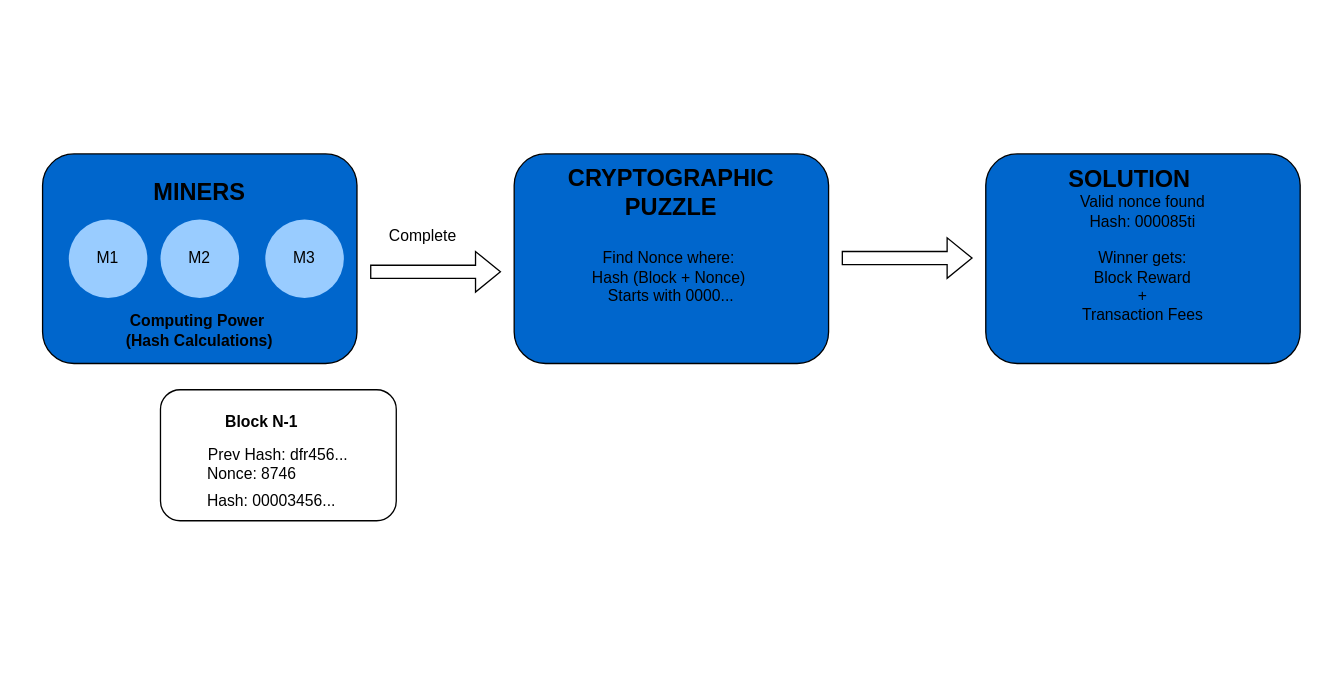
Earlier version of the draw.io diagram ProofOfWork.drawio (SifisoMzansi/architecture-diagrams). Source tidied: cells renumbered, new cells numbered last; positions are measured from the earlier drawing's top-left corner, leaving out a move shared by most shapes. Both pictures are drawn from the tidied source at 131%, with x=0, y=0 at pixel (42, 153).
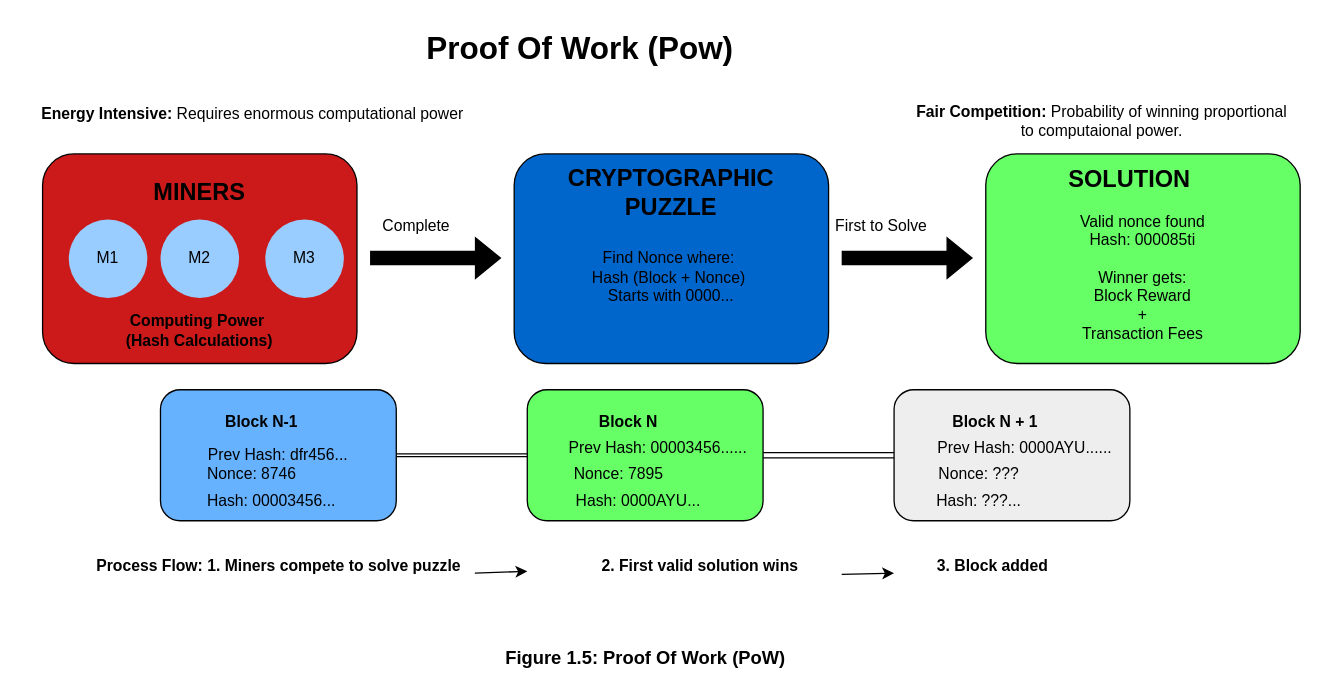
After the change.

The edit, as a diff of the source:
```diff
@@
-    <mxCell id="2" style="rounded=1;whiteSpace=wrap;html=1;fillColor=#0066CC;" parent="1" vertex="1">
+    <mxCell id="2" style="rounded=1;whiteSpace=wrap;html=1;fillColor=#CC1919;" parent="1" vertex="1">
       <mxGeometry width="240" height="160" as="geometry" />
     </mxCell>
@@
-    <mxCell id="8" style="shape=flexArrow;endArrow=classic;html=1;rounded=0;" parent="1" edge="1">
+    <mxCell id="8" style="shape=flexArrow;endArrow=classic;html=1;rounded=0;fillColor=#000000;" parent="1" edge="1">
       <mxGeometry relative="1" as="geometry">
-        <mxPoint x="250" y="90" as="sourcePoint" />
-        <mxPoint x="350" y="90" as="targetPoint" />
+        <mxPoint x="250" y="79.5" as="sourcePoint" />
+        <mxPoint x="350" y="79.5" as="targetPoint" />
       </mxGeometry>
     </mxCell>
@@
-    <mxCell id="11" value="Complete" style="text;html=1;align=center;verticalAlign=middle;strokeColor=none;fillColor=none;" parent="1" vertex="1">
-      <mxGeometry x="255" y="48" width="70" height="30" as="geometry" />
-    </mxCell>
-    <mxCell id="12" style="shape=flexArrow;endArrow=classic;html=1;rounded=0;" parent="1" edge="1">
+    <mxCell id="12" style="shape=flexArrow;endArrow=classic;html=1;rounded=0;fillColor=#000000;" parent="1" edge="1">
       <mxGeometry relative="1" as="geometry">
         <mxPoint x="610" y="79.5" as="sourcePoint" />
         <mxPoint x="710" y="79.5" as="targetPoint" />
       </mxGeometry>
     </mxCell>
-    <mxCell id="13" value="Valid nonce found&lt;div&gt;Hash: 000085ti&lt;/div&gt;&lt;div&gt;&lt;br&gt;&lt;/div&gt;&lt;div&gt;Winner gets:&lt;/div&gt;&lt;div&gt;Block Reward&lt;/div&gt;&lt;div&gt;+&lt;/div&gt;&lt;div&gt;Transaction Fees&lt;/div&gt;" style="rounded=1;whiteSpace=wrap;html=1;fillColor=#0066CC;" parent="1" vertex="1">
+    <mxCell id="13" value="&lt;div&gt;&lt;br&gt;&lt;/div&gt;&lt;div&gt;&lt;br&gt;&lt;/div&gt;Valid nonce found&lt;div&gt;Hash: 000085ti&lt;/div&gt;&lt;div&gt;&lt;br&gt;&lt;/div&gt;&lt;div&gt;Winner gets:&lt;/div&gt;&lt;div&gt;Block Reward&lt;/div&gt;&lt;div&gt;+&lt;/div&gt;&lt;div&gt;Transaction Fees&lt;/div&gt;" style="rounded=1;whiteSpace=wrap;html=1;fillColor=#66FF66;" parent="1" vertex="1">
       <mxGeometry x="720" width="240" height="160" as="geometry" />
     </mxCell>
@@
-    <mxCell id="15" style="rounded=1;whiteSpace=wrap;html=1;" parent="1" vertex="1">
+    <mxCell id="15" style="rounded=1;whiteSpace=wrap;html=1;fillColor=#66B2FF;" parent="1" vertex="1">
       <mxGeometry x="90" y="180" width="180" height="100" as="geometry" />
     </mxCell>
@@
+    <mxCell id="20" style="rounded=1;whiteSpace=wrap;html=1;fillColor=#66FF66;" parent="1" vertex="1">
+      <mxGeometry x="370" y="180" width="180" height="100" as="geometry" />
+    </mxCell>
+    <mxCell id="21" value="&lt;b&gt;Block N&lt;/b&gt;" style="text;html=1;align=center;verticalAlign=middle;whiteSpace=wrap;rounded=0;" parent="1" vertex="1">
+      <mxGeometry x="395" y="190" width="105" height="30" as="geometry" />
+    </mxCell>
+    <mxCell id="22" value="Nonce: 7895" style="text;html=1;align=center;verticalAlign=middle;whiteSpace=wrap;rounded=0;" parent="1" vertex="1">
+      <mxGeometry x="370" y="230" width="140" height="30" as="geometry" />
+    </mxCell>
+    <mxCell id="23" value="Hash: 0000AYU..." style="text;html=1;align=center;verticalAlign=middle;whiteSpace=wrap;rounded=0;" parent="1" vertex="1">
+      <mxGeometry x="370" y="250" width="170" height="30" as="geometry" />
+    </mxCell>
+    <mxCell id="24" value="Prev Hash: 00003456......" style="text;html=1;align=center;verticalAlign=middle;whiteSpace=wrap;rounded=0;" parent="1" vertex="1">
+      <mxGeometry x="395" y="210" width="150" height="30" as="geometry" />
+    </mxCell>
+    <mxCell id="25" style="rounded=1;whiteSpace=wrap;html=1;fillColor=#EEEEEE;" parent="1" vertex="1">
+      <mxGeometry x="650" y="180" width="180" height="100" as="geometry" />
+    </mxCell>
+    <mxCell id="26" value="&lt;b&gt;Block N + 1&lt;/b&gt;" style="text;html=1;align=center;verticalAlign=middle;whiteSpace=wrap;rounded=0;" parent="1" vertex="1">
+      <mxGeometry x="675" y="190" width="105" height="30" as="geometry" />
+    </mxCell>
+    <mxCell id="27" value="Hash: ???..." style="text;html=1;align=center;verticalAlign=middle;whiteSpace=wrap;rounded=0;" parent="1" vertex="1">
+      <mxGeometry x="630" y="250" width="170" height="30" as="geometry" />
+    </mxCell>
+    <mxCell id="28" value="Prev Hash: 0000AYU......" style="text;html=1;align=center;verticalAlign=middle;whiteSpace=wrap;rounded=0;" parent="1" vertex="1">
+      <mxGeometry x="675" y="210" width="150" height="30" as="geometry" />
+    </mxCell>
+    <mxCell id="29" value="Nonce: ???" style="text;html=1;align=center;verticalAlign=middle;whiteSpace=wrap;rounded=0;" parent="1" vertex="1">
+      <mxGeometry x="630" y="230" width="170" height="30" as="geometry" />
+    </mxCell>
+    <mxCell id="30" style="shape=link;html=1;rounded=0;" parent="1" edge="1">
+      <mxGeometry relative="1" as="geometry">
+        <mxPoint x="550" y="230" as="sourcePoint" />
+        <mxPoint x="650" y="230" as="targetPoint" />
+      </mxGeometry>
+    </mxCell>
+    <mxCell id="31" style="shape=link;html=1;rounded=0;width=-2;" parent="1" edge="1">
+      <mxGeometry relative="1" as="geometry">
+        <mxPoint x="270" y="230" as="sourcePoint" />
+        <mxPoint x="370" y="230" as="targetPoint" />
+      </mxGeometry>
+    </mxCell>
+    <mxCell id="32" value="First to Solve" style="text;html=1;align=center;verticalAlign=middle;strokeColor=none;fillColor=none;" parent="1" vertex="1">
+      <mxGeometry x="595" y="40" width="90" height="30" as="geometry" />
+    </mxCell>
+    <mxCell id="11" value="Complete" style="text;html=1;align=center;verticalAlign=middle;strokeColor=none;fillColor=none;" parent="1" vertex="1">
+      <mxGeometry x="250" y="40" width="70" height="30" as="geometry" />
+    </mxCell>
+    <mxCell id="33" value="&lt;b&gt;Energy Intensive: &lt;/b&gt;Requires enormous computational power" style="text;html=1;align=center;verticalAlign=middle;strokeColor=none;fillColor=none;" parent="1" vertex="1">
+      <mxGeometry x="-15" y="-45" width="350" height="30" as="geometry" />
+    </mxCell>
+    <mxCell id="34" value="&lt;b&gt;Fair Competition: &lt;/b&gt;Probability of winning proportional&amp;nbsp;&lt;div&gt;to computaional power.&amp;nbsp;&lt;/div&gt;" style="text;html=1;align=center;verticalAlign=middle;strokeColor=none;fillColor=none;" parent="1" vertex="1">
+      <mxGeometry x="655" y="-45" width="310" height="40" as="geometry" />
+    </mxCell>
+    <mxCell id="35" value="&lt;font style=&quot;font-size: 24px;&quot;&gt;&lt;b&gt;Proof Of Work (Pow)&lt;/b&gt;&lt;/font&gt;" style="text;html=1;align=center;verticalAlign=middle;strokeColor=none;fillColor=none;" parent="1" vertex="1">
+      <mxGeometry x="280" y="-100" width="260" height="40" as="geometry" />
+    </mxCell>
+    <mxCell id="36" value="&lt;b&gt;Process Flow: 1. Miners compete to solve puzzle&lt;/b&gt;" style="text;html=1;align=center;verticalAlign=middle;strokeColor=none;fillColor=none;" parent="1" vertex="1">
+      <mxGeometry x="30" y="300" width="300" height="30" as="geometry" />
+    </mxCell>
+    <mxCell id="37" value="&lt;b&gt;&amp;nbsp; &amp;nbsp; &amp;nbsp; &amp;nbsp; &amp;nbsp; &amp;nbsp; &amp;nbsp;2. First valid solution wins&lt;/b&gt;" style="text;html=1;align=center;verticalAlign=middle;points=[];strokeColor=none;fillColor=none;" parent="1" vertex="1">
+      <mxGeometry x="370" y="300" width="220" height="30" as="geometry" />
+    </mxCell>
+    <mxCell id="38" value="&lt;b&gt;&amp;nbsp; &amp;nbsp; &amp;nbsp; 3. Block added&lt;/b&gt;" style="text;html=1;align=center;verticalAlign=middle;strokeColor=none;fillColor=none;" parent="1" vertex="1">
+      <mxGeometry x="650" y="300" width="130" height="30" as="geometry" />
+    </mxCell>
+    <mxCell id="39" style="endArrow=classic;html=1;rounded=0;" parent="1" edge="1" target="37">
+      <mxGeometry relative="1" as="geometry">
+        <mxPoint x="330" y="320" as="sourcePoint" />
+      </mxGeometry>
+    </mxCell>
+    <mxCell id="40" style="endArrow=classic;html=1;rounded=0;" parent="1" edge="1">
+      <mxGeometry relative="1" as="geometry">
+        <mxPoint x="610" y="321" as="sourcePoint" />
+        <mxPoint x="650" y="320" as="targetPoint" />
+      </mxGeometry>
+    </mxCell>
+    <mxCell id="41" value="&lt;b&gt;&lt;font style=&quot;font-size: 14px;&quot;&gt;Figure 1.5: Proof Of Work (PoW)&lt;/font&gt;&lt;/b&gt;" style="text;html=1;align=center;verticalAlign=middle;strokeColor=none;fillColor=none;" parent="1" vertex="1">
+      <mxGeometry x="340" y="370" width="240" height="30" as="geometry" />
+    </mxCell>
```
